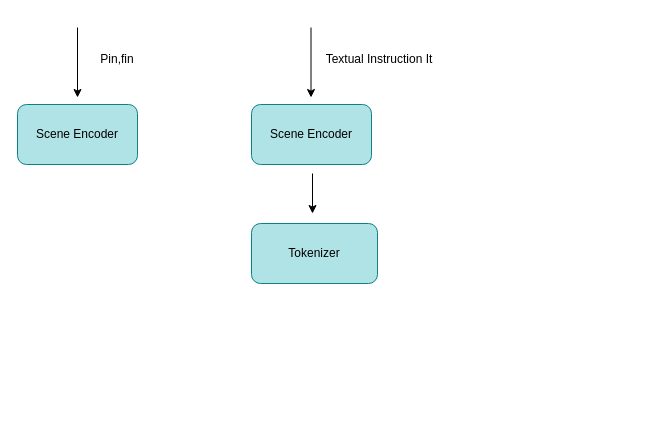
Above: LL3DROD.drawio in canchiqingting/SLAM (draw.io), before the change. Source tidied: cells renumbered, new cells numbered last; positions are measured from the earlier drawing's top-left corner, leaving out a move shared by most shapes. Both pictures are drawn from the tidied source at 100%, with x=0, y=0 at pixel (17, 27).
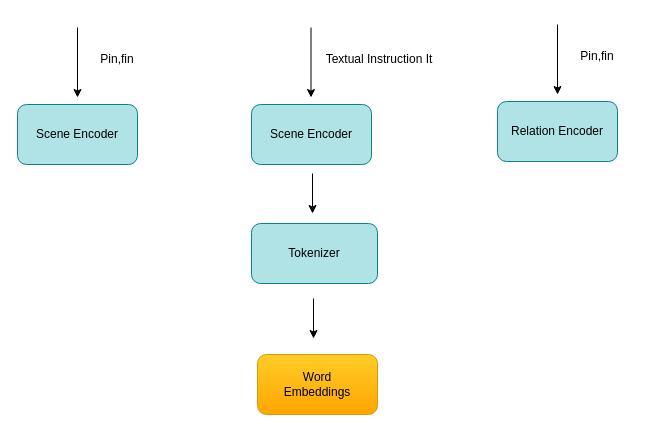
After the change.

Change to the diagram source:
```diff
@@
+    <mxCell id="11" style="group;" parent="1" vertex="1">
+      <mxGeometry x="480" y="-3" width="130" height="137" as="geometry" />
+    </mxCell>
+    <mxCell id="12" value="Relation Encoder" style="rounded=1;whiteSpace=wrap;html=1;fillColor=#b0e3e6;strokeColor=#0e8088;" parent="11" vertex="1">
+      <mxGeometry y="77" width="120" height="60" as="geometry" />
+    </mxCell>
+    <mxCell id="13" style="endArrow=classic;html=1;rounded=0;" parent="11" edge="1">
+      <mxGeometry relative="1" as="geometry">
+        <mxPoint x="60" as="sourcePoint" />
+        <mxPoint x="60" y="70" as="targetPoint" />
+      </mxGeometry>
+    </mxCell>
+    <mxCell id="14" value="Pin,fin" style="text;html=1;align=center;verticalAlign=middle;whiteSpace=wrap;rounded=0;" parent="11" vertex="1">
+      <mxGeometry x="70" y="17" width="60" height="30" as="geometry" />
+    </mxCell>
+    <mxCell id="15" value="Word&lt;div&gt;Embeddings&lt;/div&gt;" style="rounded=1;whiteSpace=wrap;html=1;fillColor=#ffcd28;gradientColor=#ffa500;strokeColor=#d79b00;" parent="1" vertex="1">
+      <mxGeometry x="240" y="327" width="120" height="60" as="geometry" />
+    </mxCell>
+    <mxCell id="16" style="endArrow=classic;html=1;rounded=0;" parent="1" edge="1">
+      <mxGeometry relative="1" as="geometry">
+        <mxPoint x="296" y="271" as="sourcePoint" />
+        <mxPoint x="296" y="311" as="targetPoint" />
+      </mxGeometry>
+    </mxCell>
```
